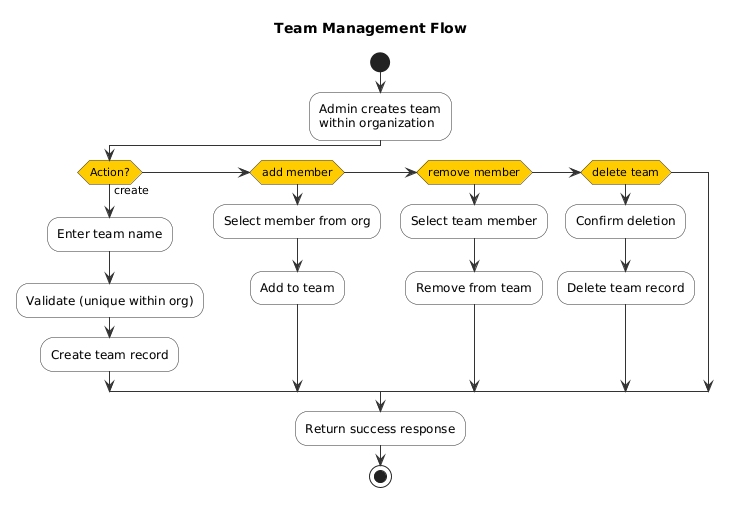
namnh240795/document keeps this PlantUML diagram as modules/dist/auth/images/activity/team-activity.png. Above is the earlier version.
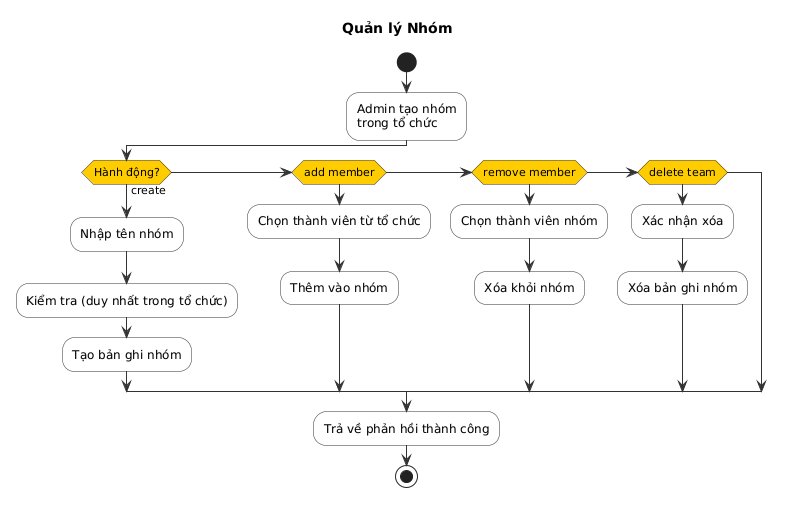
The same diagram one commit later.

The edit, as a diff of the source:
```diff
@@ -8,28 +8,28 @@
   DiamondBorderColor #333333
 }
 
-title Team Management Flow
+title Quản lý Nhóm
 
 start
 
-:Admin creates team\nwithin organization;
+:Admin tạo nhóm\ntrong tổ chức;
 
-if (Action?) then (create)
-  :Enter team name;
-  :Validate (unique within org);
-  :Create team record;
+if (Hành động?) then (create)
+  :Nhập tên nhóm;
+  :Kiểm tra (duy nhất trong tổ chức);
+  :Tạo bản ghi nhóm;
 elseif (add member) then
-  :Select member from org;
-  :Add to team;
+  :Chọn thành viên từ tổ chức;
+  :Thêm vào nhóm;
 elseif (remove member) then
-  :Select team member;
-  :Remove from team;
+  :Chọn thành viên nhóm;
+  :Xóa khỏi nhóm;
 elseif (delete team) then
-  :Confirm deletion;
-  :Delete team record;
+  :Xác nhận xóa;
+  :Xóa bản ghi nhóm;
 endif
 
-:Return success response;
+:Trả về phản hồi thành công;
 
 stop
 
```
